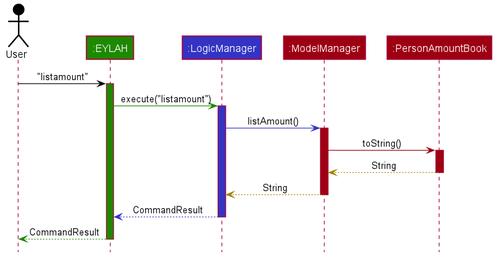
The PlantUML diagram docs/images/ExpenseSplitterListAmountCommandSequenceDiagram.png in nus-cs2103-AY1920S2/addressbook-level3, before a commit. Source of this version:
```plantuml
@startuml








skinparam BackgroundColor #FFFFFFF

skinparam Shadowing false

skinparam Class {
    FontColor #FFFFFF
    BorderThickness 1
    BorderColor #FFFFFF
    StereotypeFontColor #FFFFFF
    FontName Arial
}

skinparam Actor {
    BorderColor #000000
    Color #000000
    FontName Arial
}

skinparam Sequence {
    MessageAlign center
    BoxFontSize 15
    BoxPadding 0
    BoxFontColor #FFFFFF
    FontName Arial
}

skinparam Participant {
    FontColor #FFFFFFF
    Padding 20
}

skinparam MinClassWidth 50
skinparam ParticipantPadding 10
skinparam Shadowing false
skinparam DefaultTextAlignment center
skinparam packageStyle Rectangle

hide footbox
hide members
hide circle

Actor User as user #000000
Participant ":EYLAH" as ui #1D8900
Participant ":LogicManager" as logic #3333C4
Participant ":ModelManager" as model #9D0012
Participant ":PersonAmountBook" as personAmountBook #9D0012

user -[#000000]> ui : "listamount"
activate ui #1D8900

ui -[#1D8900]> logic : execute("listamount")
activate logic #3333C4

logic -[#3333C4]> model : listAmount()
activate model #9D0012

model -[#9D0012]> personAmountBook : toString()
activate personAmountBook #9D0012

personAmountBook --[#A38300]> model : String
deactivate personAmountBook

model --[#A38300]-> logic : String
deactivate model

logic --[#3333C4]> ui : CommandResult
deactivate logic

ui--[#1D8900]> user : CommandResult
deactivate ui
@enduml
```
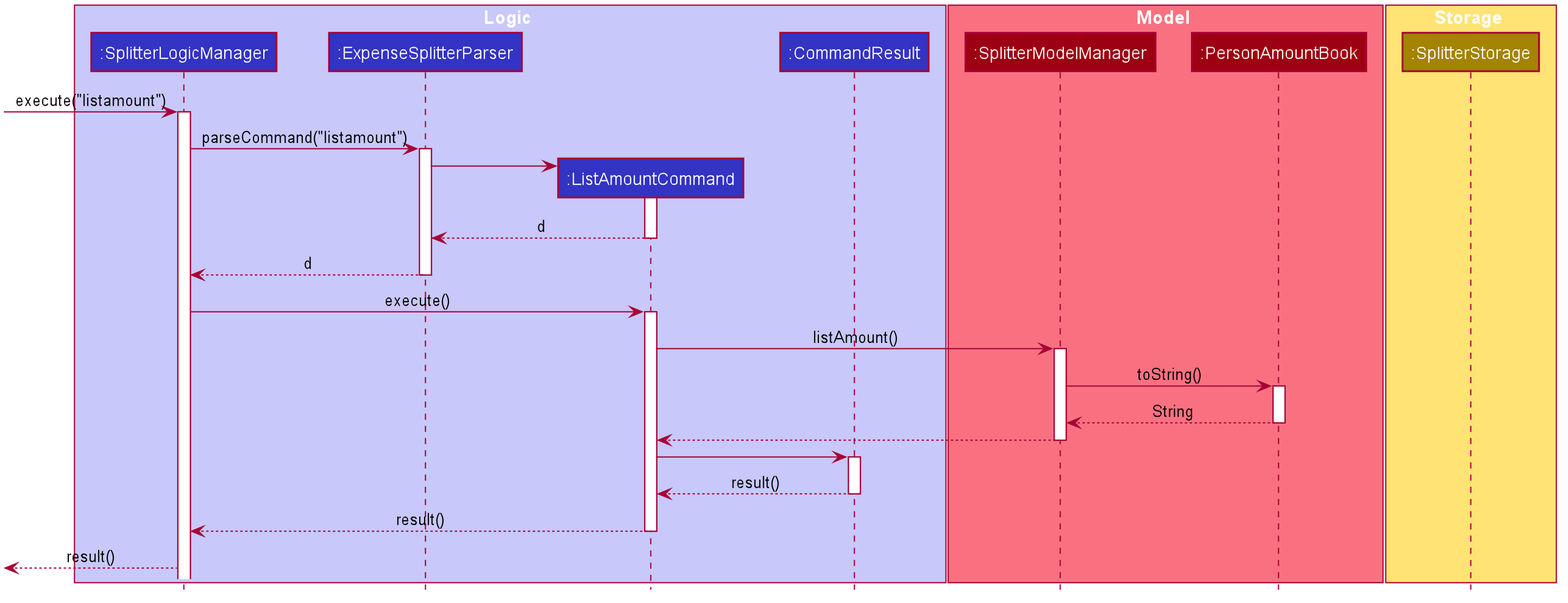
The same diagram one commit later.

What changed in the source:
```diff
@@ -48,33 +48,64 @@
 hide members
 hide circle
 
-Actor User as user #000000
-Participant ":EYLAH" as ui #1D8900
-Participant ":LogicManager" as logic #3333C4
-Participant ":ModelManager" as model #9D0012
-Participant ":PersonAmountBook" as personAmountBook #9D0012
+box Logic #C8C8FA
+participant ":SplitterLogicManager" as SplitterLogicManager #3333C4
+participant ":ExpenseSplitterParser" as ExpenseSplitterParser #3333C4
+participant ":ListAmountCommand" as ListAmountCommand #3333C4
+participant ":CommandResult" as CommandResult #3333C4
+end box
 
-user -[#000000]> ui : "listamount"
-activate ui #1D8900
+box Model #F97181
+participant ":SplitterModelManager" as SplitterModelManager #9D0012
+participant ":PersonAmountBook" as PersonAmountBook #9D0012
+end box
 
-ui -[#1D8900]> logic : execute("listamount")
-activate logic #3333C4
+box Storage #FFE374
+participant ":SplitterStorage" as SplitterStorageManager #A38300
+end box
 
-logic -[#3333C4]> model : listAmount()
-activate model #9D0012
+[-> SplitterLogicManager : execute("listamount")
+activate SplitterLogicManager
 
-model -[#9D0012]> personAmountBook : toString()
-activate personAmountBook #9D0012
+SplitterLogicManager -> ExpenseSplitterParser : parseCommand("listamount")
+activate ExpenseSplitterParser
 
-personAmountBook --[#A38300]> model : String
-deactivate personAmountBook
+create ListAmountCommand
+ExpenseSplitterParser -> ListAmountCommand
+activate ListAmountCommand
 
-model --[#A38300]-> logic : String
-deactivate model
+ListAmountCommand --> ExpenseSplitterParser: d
+deactivate ListAmountCommand
 
-logic --[#3333C4]> ui : CommandResult
-deactivate logic
+ExpenseSplitterParser --> SplitterLogicManager: d
+deactivate ExpenseSplitterParser
 
-ui--[#1D8900]> user : CommandResult
-deactivate ui
+SplitterLogicManager -> ListAmountCommand: execute()
+activate ListAmountCommand
+
+ListAmountCommand -> SplitterModelManager: listAmount()
+activate SplitterModelManager
+
+SplitterModelManager -> PersonAmountBook: toString()
+activate PersonAmountBook
+
+PersonAmountBook --> SplitterModelManager: String
+deactivate PersonAmountBook
+
+SplitterModelManager --> ListAmountCommand
+deactivate SplitterModelManager
+
+ListAmountCommand -> CommandResult
+activate CommandResult
+
+CommandResult --> ListAmountCommand: result()
+deactivate CommandResult
+
+ListAmountCommand --> SplitterLogicManager: result()
+deactivate ListAmountCommand
+
+
+[<--SplitterLogicManager : result()
+deactivate SplitterStorageManager
+
 @enduml
```
